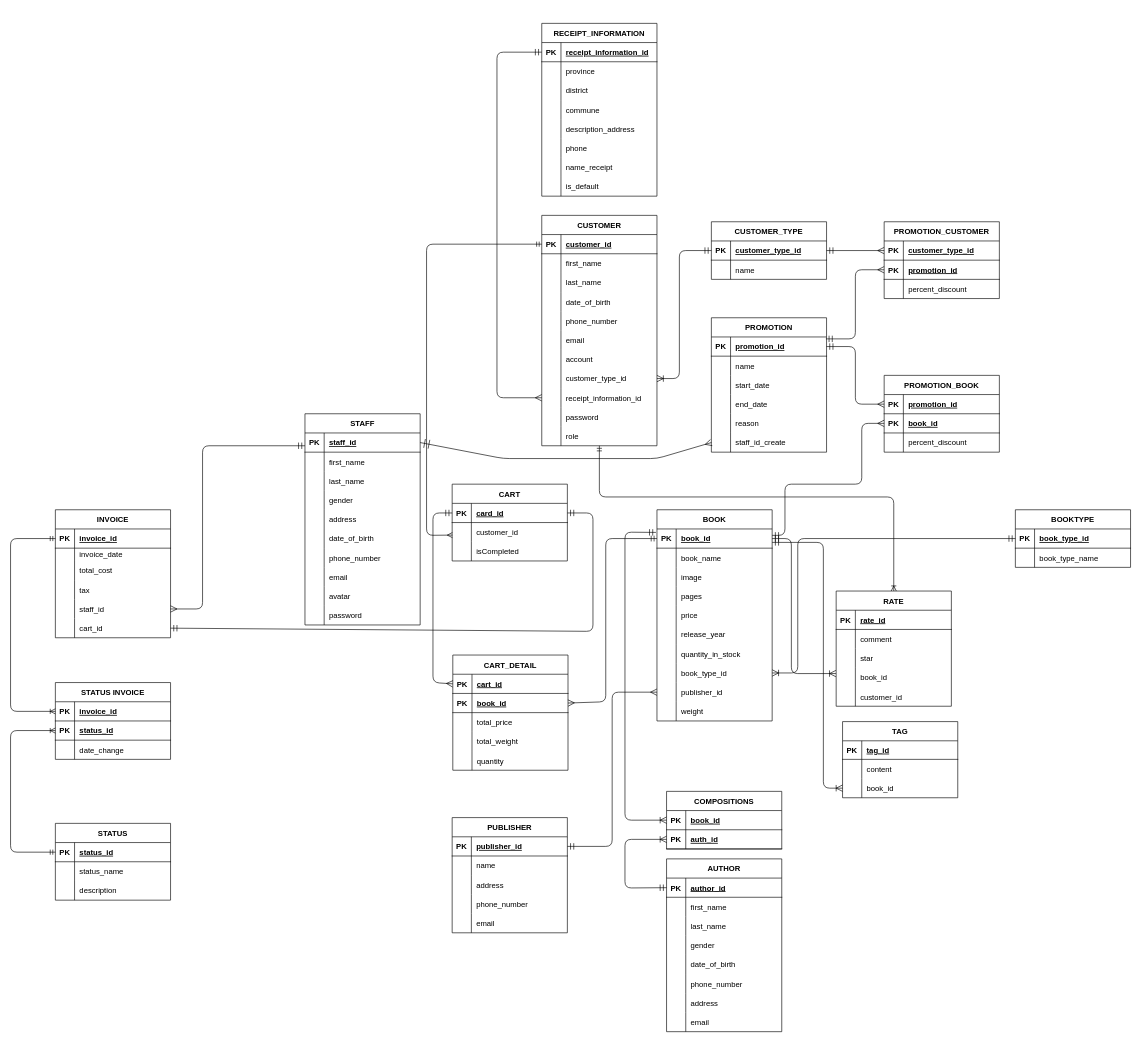
This is design/database.drawio from powdevlin12/Sell_Book_Online_BE_NestJS, a draw.io file, before an edit. Source tidied: cells renumbered, new cells numbered last; positions are measured from the earlier drawing's top-left corner, leaving out a move shared by most shapes. Both pictures are drawn from the tidied source at 64%, with x=0, y=0 at pixel (10, 23).
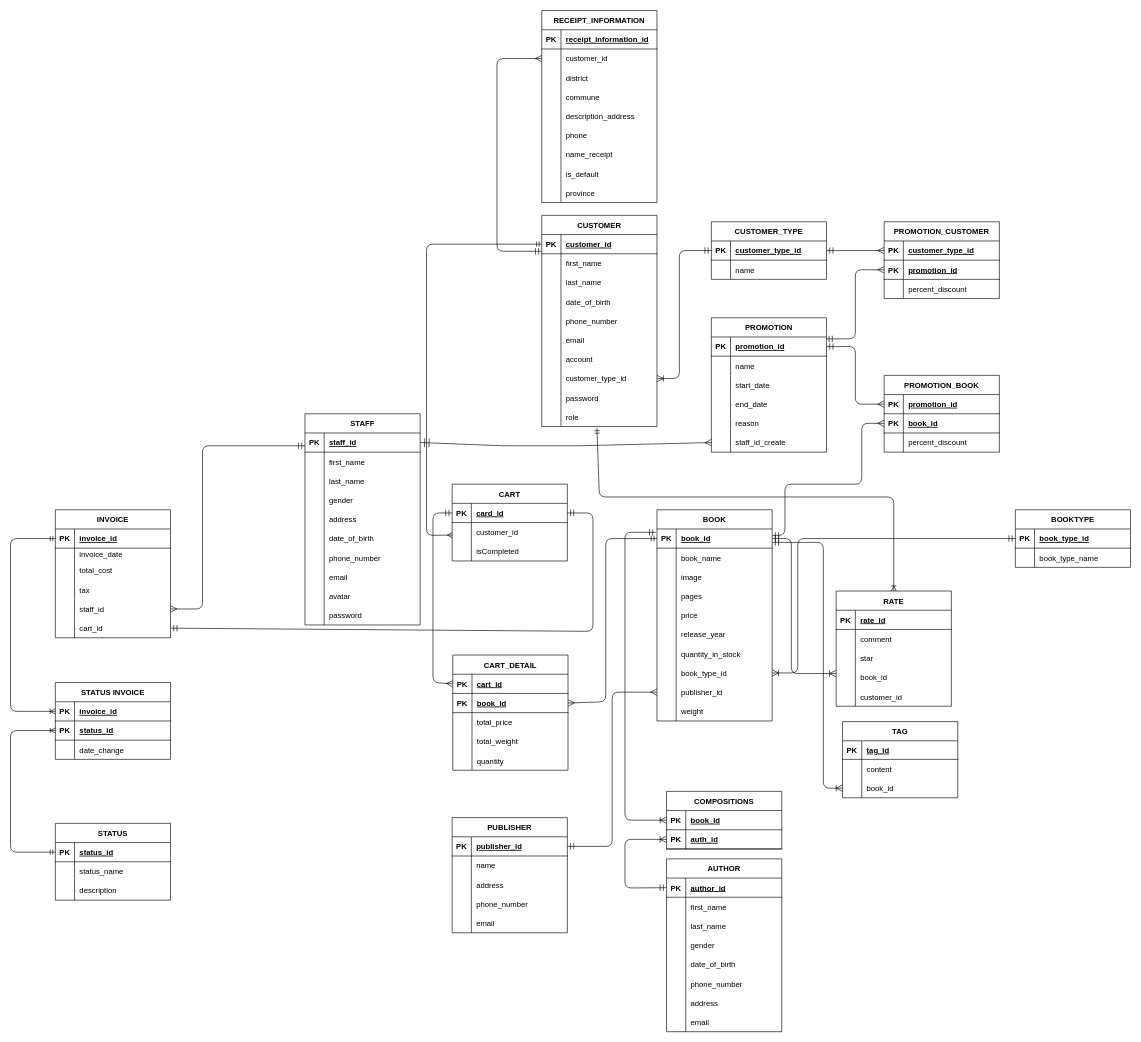
The same diagram, later.

The change refers to these unchanged cells:
```xml
<mxCell id="6" style="shape=tableRow;horizontal=0;startSize=0;swimlaneHead=0;swimlaneBody=0;fillColor=none;points=[[0,0.5],[1,0.5]];portConstraint=eastwest;top=0;left=0;right=0;bottom=0;" parent="2" vertex="1">
  <mxGeometry y="60" width="180" height="30" as="geometry" />
</mxCell>
<mxCell id="37" style="shape=tableRow;horizontal=0;startSize=0;swimlaneHead=0;swimlaneBody=0;fillColor=none;points=[[0,0.5],[1,0.5]];portConstraint=eastwest;top=0;left=0;right=0;bottom=1;rounded=0;shadow=0;fillStyle=auto;" parent="36" vertex="1">
  <mxGeometry y="30" width="180" height="30" as="geometry" />
</mxCell>
<mxCell id="172" style="shape=tableRow;horizontal=0;startSize=0;swimlaneHead=0;swimlaneBody=0;fillColor=none;points=[[0,0.5],[1,0.5]];portConstraint=eastwest;top=0;left=0;right=0;bottom=0;rounded=0;shadow=0;fillStyle=auto;" parent="156" vertex="1">
  <mxGeometry y="180" width="180" height="30" as="geometry" />
</mxCell>
<mxCell id="239" style="shape=tableRow;horizontal=0;startSize=0;swimlaneHead=0;swimlaneBody=0;fillColor=none;points=[[0,0.5],[1,0.5]];portConstraint=eastwest;top=0;left=0;right=0;bottom=1;" parent="238" vertex="1">
  <mxGeometry y="30" width="180" height="30" as="geometry" />
</mxCell>
<mxCell id="242" style="shape=tableRow;horizontal=0;startSize=0;swimlaneHead=0;swimlaneBody=0;fillColor=none;points=[[0,0.5],[1,0.5]];portConstraint=eastwest;top=0;left=0;right=0;bottom=0;" parent="238" vertex="1">
  <mxGeometry y="60" width="180" height="30" as="geometry" />
</mxCell>
<mxCell id="306" value="RATE" style="shape=table;startSize=30;childLayout=tableLayout;rowLines=0;fontStyle=1;align=center;" parent="1" vertex="1">
  <mxGeometry x="1290" y="887" width="180" height="180" as="geometry" />
</mxCell>
```

What changed in the source:
```diff
@@
     <mxCell id="2" value="CUSTOMER" style="shape=table;startSize=30;childLayout=tableLayout;rowLines=0;fontStyle=1;align=center;" parent="1" vertex="1">
-      <mxGeometry x="830" y="300" width="180" height="360" as="geometry" />
+      <mxGeometry x="830" y="300" width="180" height="330" as="geometry" />
     </mxCell>
@@
-    <mxCell id="27" style="shape=tableRow;horizontal=0;startSize=0;swimlaneHead=0;swimlaneBody=0;fillColor=none;points=[[0,0.5],[1,0.5]];portConstraint=eastwest;top=0;left=0;right=0;bottom=0;" parent="2" vertex="1">
-      <mxGeometry y="270" width="180" height="30" as="geometry" />
-    </mxCell>
-    <mxCell id="28" style="shape=partialRectangle;fillColor=none;top=0;left=0;bottom=0;right=0;overflow=hidden;fontStyle=1;" parent="27" vertex="1">
-      <mxGeometry width="30" height="30" as="geometry" />
-    </mxCell>
-    <mxCell id="29" value="receipt_information_id" style="shape=partialRectangle;fillColor=none;top=0;left=0;bottom=0;right=0;align=left;spacingLeft=6;overflow=hidden;fontStyle=0;" parent="27" vertex="1">
-      <mxGeometry x="30" width="150" height="30" as="geometry" />
-    </mxCell>
     <mxCell id="30" style="shape=tableRow;horizontal=0;startSize=0;swimlaneHead=0;swimlaneBody=0;fillColor=none;top=0;left=0;right=0;bottom=0;" parent="2" vertex="1">
-      <mxGeometry y="300" width="180" height="30" as="geometry" />
+      <mxGeometry y="270" width="180" height="30" as="geometry" />
     </mxCell>
@@
     <mxCell id="33" style="shape=tableRow;horizontal=0;startSize=0;swimlaneHead=0;swimlaneBody=0;fillColor=none;points=[[0,0.5],[1,0.5]];portConstraint=eastwest;top=0;left=0;right=0;bottom=0;" parent="2" vertex="1">
-      <mxGeometry y="330" width="180" height="30" as="geometry" />
+      <mxGeometry y="300" width="180" height="30" as="geometry" />
     </mxCell>
@@
     <mxCell id="195" style="edgeStyle=none;html=1;exitX=1;exitY=0.5;exitDx=0;exitDy=0;entryX=0;entryY=0.5;entryDx=0;entryDy=0;strokeColor=default;startArrow=ERmandOne;startFill=0;endArrow=ERmany;endFill=0;endSize=8;startSize=12;" parent="1" edge="1" source="37" target="172">
       <mxGeometry relative="1" as="geometry">
         <Array as="points">
-          <mxPoint x="770" y="680" />
-          <mxPoint x="1010" y="680" />
+          <mxPoint x="770" y="660" />
+          <mxPoint x="890" y="660" />
         </Array>
       </mxGeometry>
     </mxCell>
@@
     <mxCell id="238" value="RECEIPT_INFORMATION" style="shape=table;startSize=30;childLayout=tableLayout;rowLines=0;fontStyle=1;align=center;" parent="1" vertex="1">
-      <mxGeometry x="830" width="180" height="270" as="geometry" />
+      <mxGeometry x="830" y="-20" width="180" height="300" as="geometry" />
     </mxCell>
@@
-    <mxCell id="244" value="province" style="shape=partialRectangle;fillColor=none;top=0;left=0;bottom=0;right=0;align=left;spacingLeft=6;overflow=hidden;" parent="242" vertex="1">
+    <mxCell id="244" value="customer_id" style="shape=partialRectangle;fillColor=none;top=0;left=0;bottom=0;right=0;align=left;spacingLeft=6;overflow=hidden;" parent="242" vertex="1">
       <mxGeometry x="30" width="150" height="30" as="geometry" />
     </mxCell>
@@
+    <mxCell id="27" style="shape=tableRow;horizontal=0;startSize=0;swimlaneHead=0;swimlaneBody=0;fillColor=none;points=[[0,0.5],[1,0.5]];portConstraint=eastwest;top=0;left=0;right=0;bottom=0;" parent="238" vertex="1">
+      <mxGeometry y="270" width="180" height="30" as="geometry" />
+    </mxCell>
+    <mxCell id="336" style="shape=partialRectangle;fillColor=none;top=0;left=0;bottom=0;right=0;overflow=hidden;" parent="27" vertex="1">
+      <mxGeometry width="30" height="30" as="geometry" />
+    </mxCell>
+    <mxCell id="337" value="province" style="shape=partialRectangle;fillColor=none;top=0;left=0;bottom=0;right=0;align=left;spacingLeft=6;overflow=hidden;" parent="27" vertex="1">
+      <mxGeometry x="30" width="150" height="30" as="geometry" />
+    </mxCell>
-    <mxCell id="263" style="edgeStyle=none;html=1;exitX=0;exitY=0.5;exitDx=0;exitDy=0;entryX=0;entryY=0.5;entryDx=0;entryDy=0;startArrow=ERmandOne;startFill=0;endArrow=ERmany;endFill=0;strokeWidth=1;endSize=8;startSize=8;" parent="1" edge="1" source="239" target="27">
+    <mxCell id="263" style="edgeStyle=none;html=1;exitX=0;exitY=0.5;exitDx=0;exitDy=0;entryX=0.001;entryY=-0.127;entryDx=0;entryDy=0;startArrow=ERmany;startFill=0;endArrow=ERmandOne;endFill=0;strokeWidth=1;endSize=8;startSize=8;entryPerimeter=0;" parent="1" edge="1" source="242" target="6">
       <mxGeometry relative="1" as="geometry">
         <Array as="points">
-          <mxPoint x="760" y="45" />
-          <mxPoint x="760" y="585" />
+          <mxPoint x="760" y="55" />
+          <mxPoint x="760" y="356" />
         </Array>
       </mxGeometry>
     </mxCell>
@@
-    <mxCell id="323" style="edgeStyle=none;html=1;entryX=0.5;entryY=0;entryDx=0;entryDy=0;startArrow=ERmandOne;startFill=0;endArrow=ERoneToMany;endFill=0;" parent="1" edge="1" target="306">
+    <mxCell id="323" style="edgeStyle=none;html=1;entryX=0.5;entryY=0;entryDx=0;entryDy=0;startArrow=ERmandOne;startFill=0;endArrow=ERoneToMany;endFill=0;exitX=0.479;exitY=1.08;exitDx=0;exitDy=0;exitPerimeter=0;" parent="1" edge="1" source="33" target="306">
       <mxGeometry relative="1" as="geometry">
-        <mxPoint x="920" y="660" as="sourcePoint" />
         <Array as="points">
           <mxPoint x="920" y="740" />
           <mxPoint x="1380" y="740" />
         </Array>
       </mxGeometry>
     </mxCell>
```
